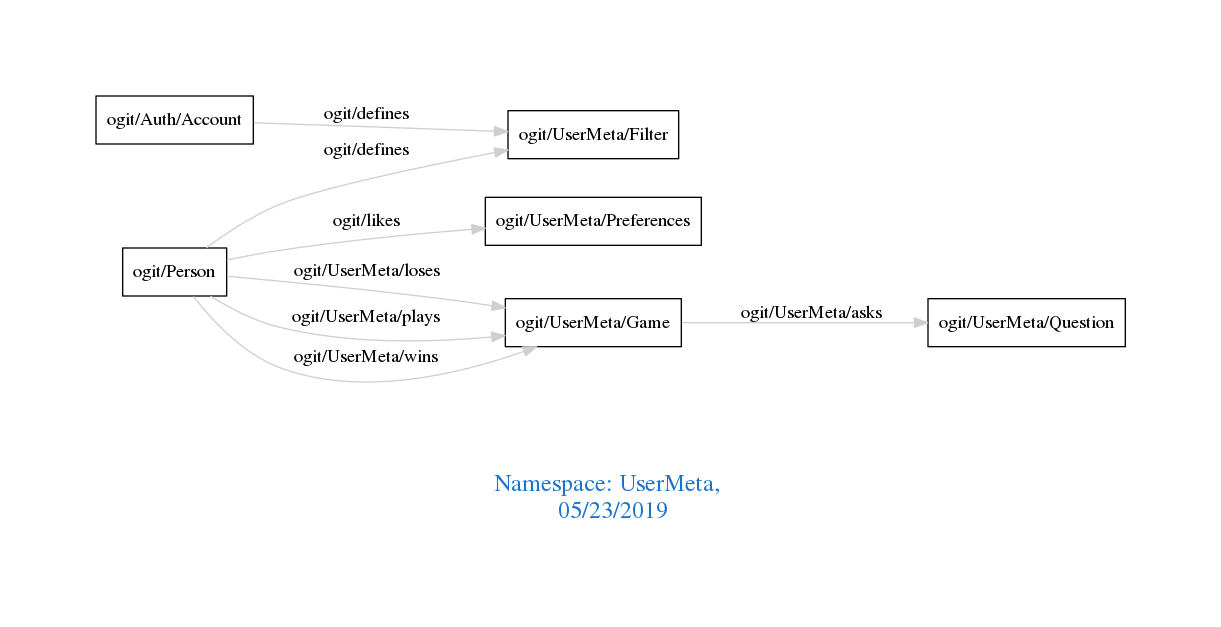
Before: downloads/UserMeta.png, a diagram exported from Graphviz (arago/OGIT). Its source is kept beside it as downloads/UserMeta.dot.
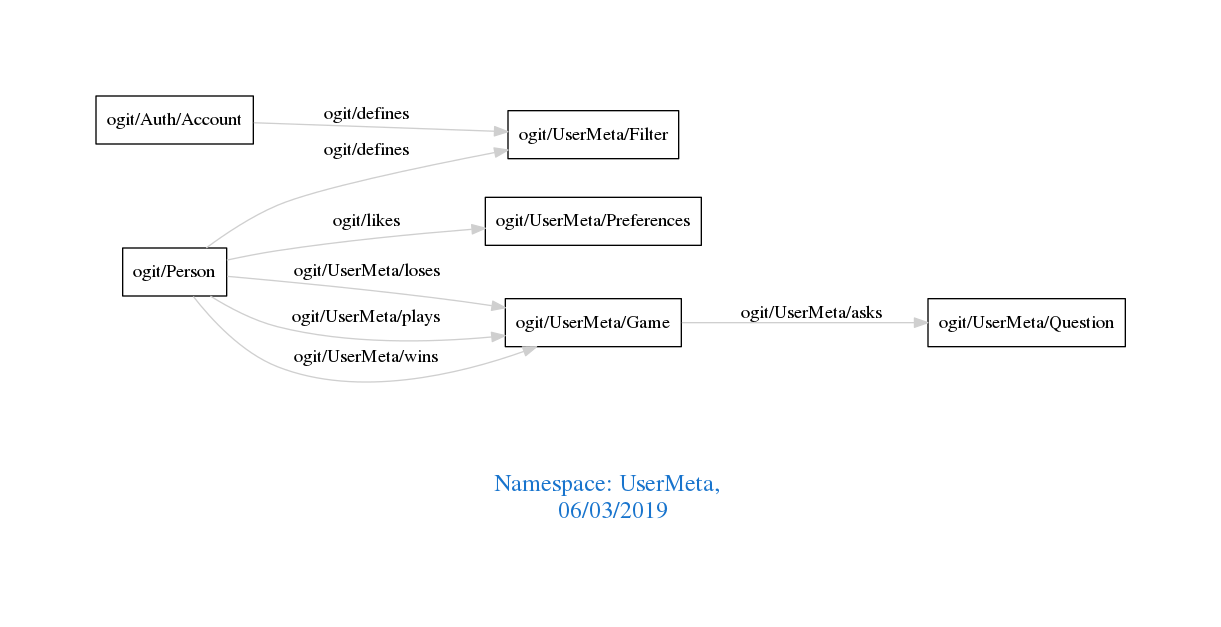
Above is the later version.

What changed in the source:
```diff
@@ -1,7 +1,7 @@
 digraph OGIT_ontology {
  graph [ rankdir= LR,pad=1
 fontsize = 18,
-fontcolor= dodgerblue3,label = "\n\n\nNamespace: UserMeta, \n 05/23/2019"];
+fontcolor= dodgerblue3,label = "\n\n\nNamespace: UserMeta, \n 06/03/2019"];
 node[shape=polygon];
 edge [  color="gray81"];
 
```
